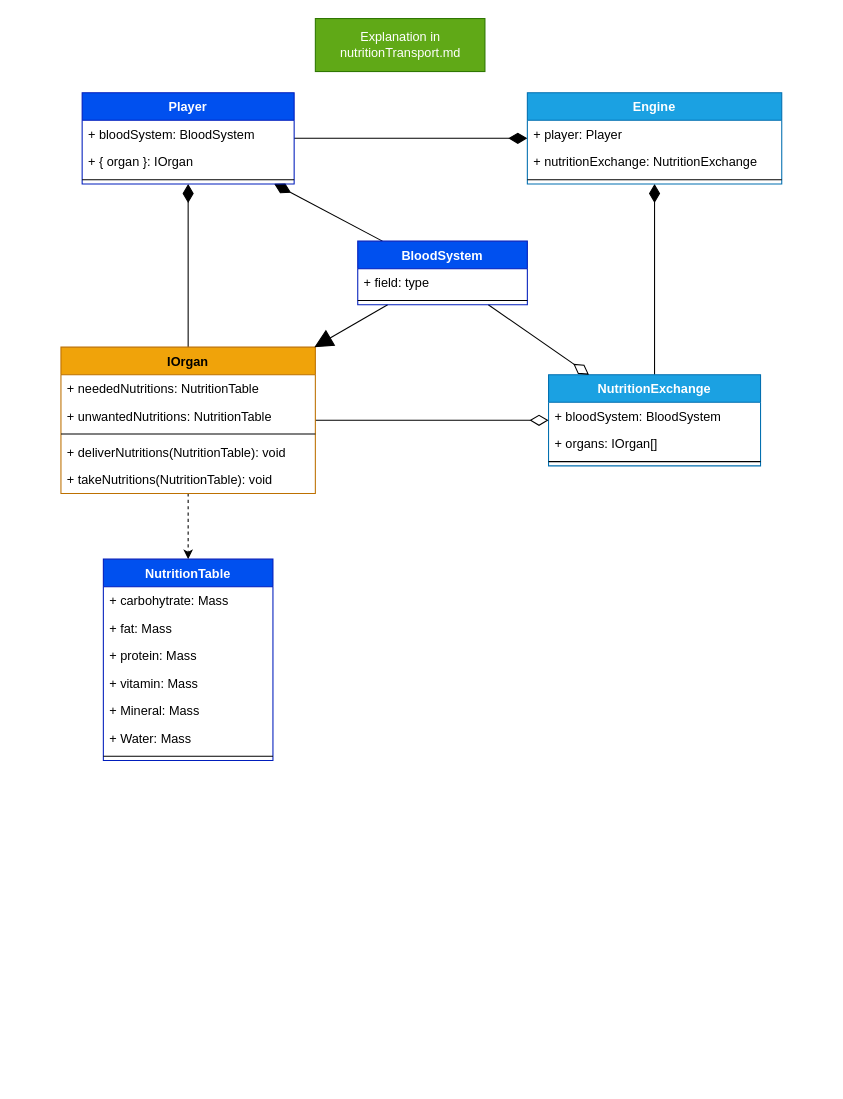
The draw.io diagram page "Nutrition Exchange (draft)" (4 of 4) of docs/diagrams.drawio in SchwarzChristian/NutriSim, before the edit. Source tidied: cells renumbered, new cells numbered last; positions are measured from the earlier drawing's top-left corner, leaving out a move shared by most shapes. Both pictures are drawn from the tidied source at 106%, with x=0, y=0 at pixel (60, 18).
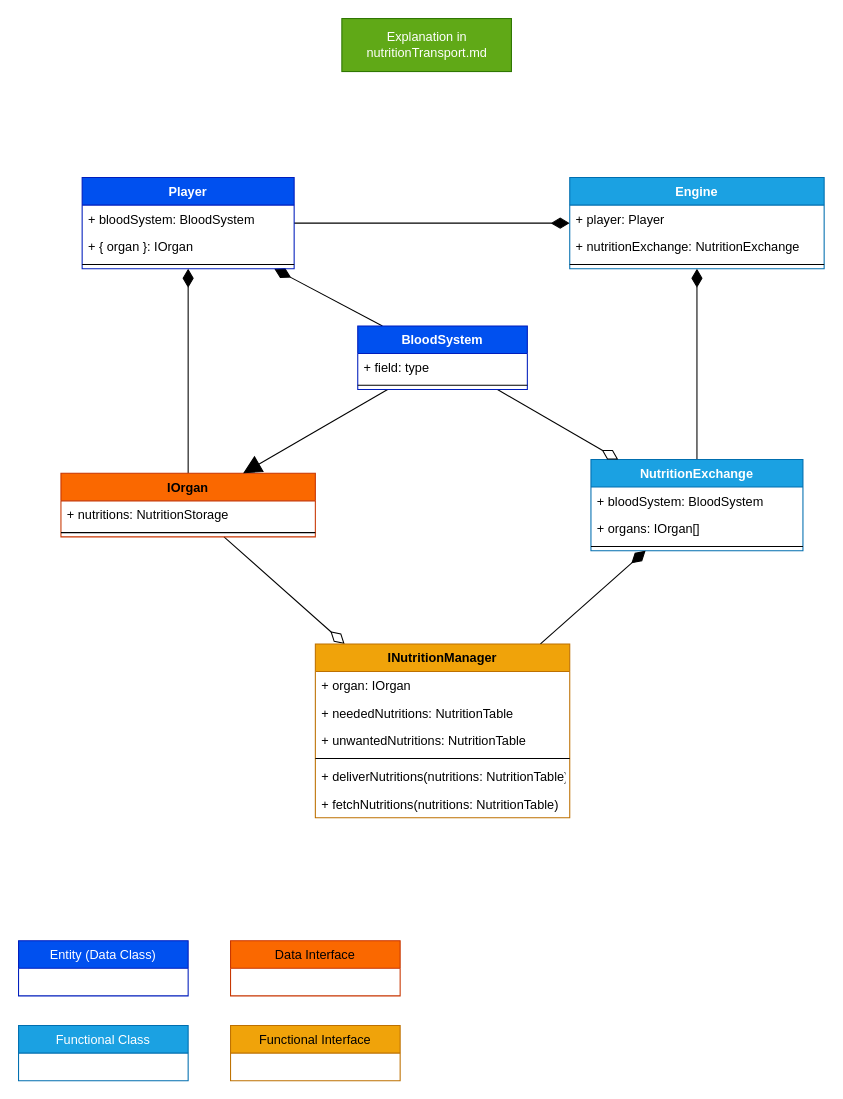
Above is the later version.

What changed in the source:
```diff
@@
     <mxCell id="3" value="NutritionExchange" style="swimlane;fontStyle=1;align=center;verticalAlign=top;horizontal=1;startSize=26;fillColor=#1ba1e2;fontColor=#ffffff;strokeColor=#006EAF;" parent="1" vertex="1">
-      <mxGeometry x="460" y="336" width="200" height="86" as="geometry" />
+      <mxGeometry x="500" y="416" width="200" height="86" as="geometry" />
     </mxCell>
@@
-    <mxCell id="7" style="edgeStyle=none;html=1;dashed=1;" parent="1" edge="1" source="10" target="16">
-      <mxGeometry relative="1" as="geometry" />
-    </mxCell>
-    <mxCell id="8" style="edgeStyle=none;html=1;endArrow=diamondThin;endFill=0;strokeWidth=1;endSize=15;" parent="1" edge="1" source="10" target="3">
+    <mxCell id="8" style="edgeStyle=none;html=1;endArrow=diamondThin;endFill=0;strokeWidth=1;endSize=15;" parent="1" edge="1" source="10" target="40">
       <mxGeometry relative="1" as="geometry" />
     </mxCell>
@@
-    <mxCell id="10" value="IOrgan" style="swimlane;fontStyle=1;align=center;verticalAlign=top;horizontal=1;startSize=26;fillColor=#f0a30a;fontColor=#000000;strokeColor=#BD7000;" parent="1" vertex="1">
-      <mxGeometry y="310" width="240" height="138" as="geometry" />
+    <mxCell id="10" value="IOrgan" style="swimlane;fontStyle=1;align=center;verticalAlign=top;horizontal=1;startSize=26;fillColor=#fa6800;fontColor=#000000;strokeColor=#C73500;" parent="1" vertex="1">
+      <mxGeometry y="429" width="240" height="60" as="geometry" />
     </mxCell>
-    <mxCell id="11" value="+ neededNutritions: NutritionTable" style="text;strokeColor=none;fillColor=none;align=left;verticalAlign=top;spacingLeft=4;spacingRight=4;overflow=hidden;" parent="10" vertex="1">
-      <mxGeometry y="26" width="240" height="26" as="geometry" />
-    </mxCell>
-    <mxCell id="12" value="+ unwantedNutritions: NutritionTable" style="text;strokeColor=none;fillColor=none;align=left;verticalAlign=top;spacingLeft=4;spacingRight=4;overflow=hidden;" parent="10" vertex="1">
-      <mxGeometry y="52" width="240" height="26" as="geometry" />
+    <mxCell id="12" value="+ nutritions: NutritionStorage" style="text;strokeColor=none;fillColor=none;align=left;verticalAlign=top;spacingLeft=4;spacingRight=4;overflow=hidden;" parent="10" vertex="1">
+      <mxGeometry y="26" width="240" height="26" as="geometry" />
     </mxCell>
     <mxCell id="13" style="line;strokeWidth=1;fillColor=none;align=left;verticalAlign=middle;spacingTop=-1;spacingLeft=3;spacingRight=3;labelPosition=right;" parent="10" vertex="1">
-      <mxGeometry y="78" width="240" height="8" as="geometry" />
+      <mxGeometry y="52" width="240" height="8" as="geometry" />
     </mxCell>
-    <mxCell id="14" value="+ deliverNutritions(NutritionTable): void" style="text;strokeColor=none;fillColor=none;align=left;verticalAlign=top;spacingLeft=4;spacingRight=4;overflow=hidden;" parent="10" vertex="1">
-      <mxGeometry y="86" width="240" height="26" as="geometry" />
-    </mxCell>
-    <mxCell id="15" value="+ takeNutritions(NutritionTable): void" style="text;strokeColor=none;fillColor=none;align=left;verticalAlign=top;spacingLeft=4;spacingRight=4;overflow=hidden;" parent="10" vertex="1">
-      <mxGeometry y="112" width="240" height="26" as="geometry" />
-    </mxCell>
-    <mxCell id="16" value="NutritionTable" style="swimlane;fontStyle=1;align=center;verticalAlign=top;horizontal=1;startSize=26;fillColor=#0050ef;fontColor=#ffffff;strokeColor=#001DBC;" parent="1" vertex="1">
-      <mxGeometry x="40" y="510" width="160" height="190" as="geometry" />
-    </mxCell>
-    <mxCell id="17" value="+ carbohytrate: Mass" style="text;strokeColor=none;fillColor=none;align=left;verticalAlign=top;spacingLeft=4;spacingRight=4;overflow=hidden;" parent="16" vertex="1">
-      <mxGeometry y="26" width="160" height="26" as="geometry" />
-    </mxCell>
-    <mxCell id="18" value="+ fat: Mass " style="text;strokeColor=none;fillColor=none;align=left;verticalAlign=top;spacingLeft=4;spacingRight=4;overflow=hidden;" parent="16" vertex="1">
-      <mxGeometry y="52" width="160" height="26" as="geometry" />
-    </mxCell>
-    <mxCell id="19" value="+ protein: Mass" style="text;strokeColor=none;fillColor=none;align=left;verticalAlign=top;spacingLeft=4;spacingRight=4;overflow=hidden;" parent="16" vertex="1">
-      <mxGeometry y="78" width="160" height="26" as="geometry" />
-    </mxCell>
-    <mxCell id="20" value="+ vitamin: Mass" style="text;strokeColor=none;fillColor=none;align=left;verticalAlign=top;spacingLeft=4;spacingRight=4;overflow=hidden;" parent="16" vertex="1">
-      <mxGeometry y="104" width="160" height="26" as="geometry" />
-    </mxCell>
-    <mxCell id="21" value="+ Mineral: Mass" style="text;strokeColor=none;fillColor=none;align=left;verticalAlign=top;spacingLeft=4;spacingRight=4;overflow=hidden;" parent="16" vertex="1">
-      <mxGeometry y="130" width="160" height="26" as="geometry" />
-    </mxCell>
-    <mxCell id="22" value="+ Water: Mass" style="text;strokeColor=none;fillColor=none;align=left;verticalAlign=top;spacingLeft=4;spacingRight=4;overflow=hidden;" parent="16" vertex="1">
-      <mxGeometry y="156" width="160" height="26" as="geometry" />
-    </mxCell>
-    <mxCell id="23" style="line;strokeWidth=1;fillColor=none;align=left;verticalAlign=middle;spacingTop=-1;spacingLeft=3;spacingRight=3;labelPosition=right;" parent="16" vertex="1">
-      <mxGeometry y="182" width="160" height="8" as="geometry" />
-    </mxCell>
@@
     <mxCell id="27" value="BloodSystem" style="swimlane;fontStyle=1;align=center;verticalAlign=top;horizontal=1;startSize=26;fillColor=#0050ef;fontColor=#ffffff;strokeColor=#001DBC;" parent="1" vertex="1">
-      <mxGeometry x="280" y="210" width="160" height="60" as="geometry" />
+      <mxGeometry x="280" y="290" width="160" height="60" as="geometry" />
     </mxCell>
@@
     <mxCell id="31" value="Player" style="swimlane;fontStyle=1;align=center;verticalAlign=top;horizontal=1;startSize=26;fillColor=#0050ef;fontColor=#ffffff;strokeColor=#001DBC;" parent="1" vertex="1">
-      <mxGeometry x="20" y="70" width="200" height="86" as="geometry" />
+      <mxGeometry x="20" y="150" width="200" height="86" as="geometry" />
     </mxCell>
@@
     <mxCell id="35" value="Engine" style="swimlane;fontStyle=1;align=center;verticalAlign=top;horizontal=1;startSize=26;fillColor=#1ba1e2;fontColor=#ffffff;strokeColor=#006EAF;" parent="1" vertex="1">
-      <mxGeometry x="440" y="70" width="240" height="86" as="geometry" />
+      <mxGeometry x="480" y="150" width="240" height="86" as="geometry" />
     </mxCell>
@@
     <mxCell id="39" value="Explanation in&lt;br&gt;nutritionTransport.md" style="html=1;fillColor=#60a917;fontColor=#ffffff;strokeColor=#2D7600;" parent="1" vertex="1">
-      <mxGeometry x="240" width="160" height="50" as="geometry" />
+      <mxGeometry x="265" width="160" height="50" as="geometry" />
     </mxCell>
+    <mxCell id="40" value="INutritionManager" style="swimlane;fontStyle=1;align=center;verticalAlign=top;horizontal=1;startSize=26;fillColor=#f0a30a;fontColor=#000000;strokeColor=#BD7000;" parent="1" vertex="1">
+      <mxGeometry x="240" y="590" width="240" height="164" as="geometry" />
+    </mxCell>
+    <mxCell id="41" value="+ organ: IOrgan" style="text;strokeColor=none;fillColor=none;align=left;verticalAlign=top;spacingLeft=4;spacingRight=4;overflow=hidden;" parent="40" vertex="1">
+      <mxGeometry y="26" width="240" height="26" as="geometry" />
+    </mxCell>
+    <mxCell id="11" value="+ neededNutritions: NutritionTable" style="text;strokeColor=none;fillColor=none;align=left;verticalAlign=top;spacingLeft=4;spacingRight=4;overflow=hidden;" parent="40" vertex="1">
+      <mxGeometry y="52" width="240" height="26" as="geometry" />
+    </mxCell>
+    <mxCell id="42" value="+ unwantedNutritions: NutritionTable" style="text;strokeColor=none;fillColor=none;align=left;verticalAlign=top;spacingLeft=4;spacingRight=4;overflow=hidden;" parent="40" vertex="1">
+      <mxGeometry y="78" width="240" height="26" as="geometry" />
+    </mxCell>
+    <mxCell id="43" style="line;strokeWidth=1;fillColor=none;align=left;verticalAlign=middle;spacingTop=-1;spacingLeft=3;spacingRight=3;labelPosition=right;" parent="40" vertex="1">
+      <mxGeometry y="104" width="240" height="8" as="geometry" />
+    </mxCell>
+    <mxCell id="44" value="+ deliverNutritions(nutritions: NutritionTable)" style="text;strokeColor=none;fillColor=none;align=left;verticalAlign=top;spacingLeft=4;spacingRight=4;overflow=hidden;" parent="40" vertex="1">
+      <mxGeometry y="112" width="240" height="26" as="geometry" />
+    </mxCell>
+    <mxCell id="45" value="+ fetchNutritions(nutritions: NutritionTable)" style="text;strokeColor=none;fillColor=none;align=left;verticalAlign=top;spacingLeft=4;spacingRight=4;overflow=hidden;" parent="40" vertex="1">
+      <mxGeometry y="138" width="240" height="26" as="geometry" />
+    </mxCell>
+    <mxCell id="46" style="edgeStyle=none;html=1;endArrow=diamondThin;endFill=1;endSize=15;" parent="1" edge="1" source="40" target="3">
+      <mxGeometry relative="1" as="geometry" />
+    </mxCell>
+    <mxCell id="47" value="Entity (Data Class)" style="swimlane;fontStyle=0;horizontal=1;startSize=26;fillColor=#0050ef;fontColor=#ffffff;strokeColor=#001DBC;" parent="1" vertex="1">
+      <mxGeometry x="-40" y="870" width="160" height="52" as="geometry" />
+    </mxCell>
+    <mxCell id="48" value="Functional Interface" style="swimlane;fontStyle=0;horizontal=1;startSize=26;fillColor=#f0a30a;fontColor=#000000;strokeColor=#BD7000;" parent="1" vertex="1">
+      <mxGeometry x="160" y="950" width="160" height="52" as="geometry" />
+    </mxCell>
+    <mxCell id="49" value="Functional Class" style="swimlane;fontStyle=0;horizontal=1;startSize=26;fillColor=#1ba1e2;fontColor=#ffffff;strokeColor=#006EAF;" parent="1" vertex="1">
+      <mxGeometry x="-40" y="950" width="160" height="52" as="geometry" />
+    </mxCell>
+    <mxCell id="50" value="Data Interface" style="swimlane;fontStyle=0;horizontal=1;startSize=26;fillColor=#fa6800;fontColor=#000000;strokeColor=#C73500;" parent="1" vertex="1">
+      <mxGeometry x="160" y="870" width="160" height="52" as="geometry" />
+    </mxCell>
```
